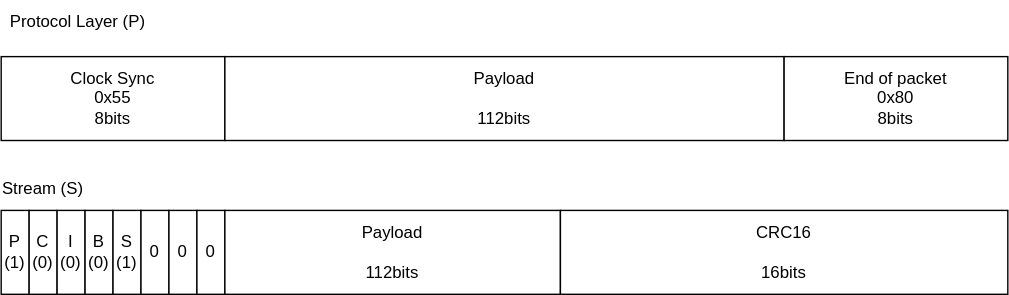
The draw.io diagram Packets.svg in cdg66/BUS_figures, before a commit. Source tidied: cells renumbered, new cells last; positions are measured from the earlier drawing's top-left corner, leaving out a move shared by most shapes.
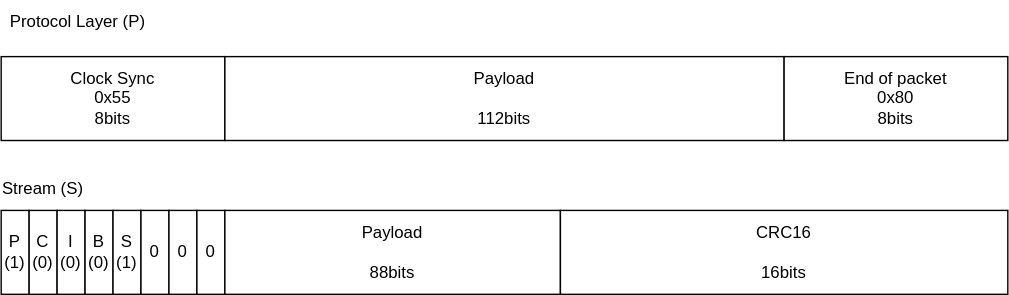
After the change.

The edit, as a diff of the source:
```diff
@@ -41,7 +41,7 @@
     <mxCell id="14" value="0" style="rounded=0;whiteSpace=wrap;html=1;" parent="1" vertex="1">
       <mxGeometry x="140" y="150" width="20" height="60" as="geometry" />
     </mxCell>
-    <mxCell id="15" value="&lt;div&gt;Payload&lt;br&gt;&lt;/div&gt;&lt;div&gt;&lt;br&gt;&lt;/div&gt;&lt;div&gt;112bits&lt;br&gt;&lt;/div&gt;" style="rounded=0;whiteSpace=wrap;html=1;" parent="1" vertex="1">
+    <mxCell id="15" value="&lt;div&gt;Payload&lt;br&gt;&lt;/div&gt;&lt;div&gt;&lt;br&gt;&lt;/div&gt;&lt;div&gt;88bits&lt;br&gt;&lt;/div&gt;" style="rounded=0;whiteSpace=wrap;html=1;" parent="1" vertex="1">
       <mxGeometry x="160" y="150" width="240" height="60" as="geometry" />
     </mxCell>
     <mxCell id="16" value="&lt;div&gt;CRC16&lt;br&gt;&lt;/div&gt;&lt;div&gt;&lt;br&gt;&lt;/div&gt;&lt;div&gt;16bits&lt;br&gt;&lt;/div&gt;" style="rounded=0;whiteSpace=wrap;html=1;" parent="1" vertex="1">
```
